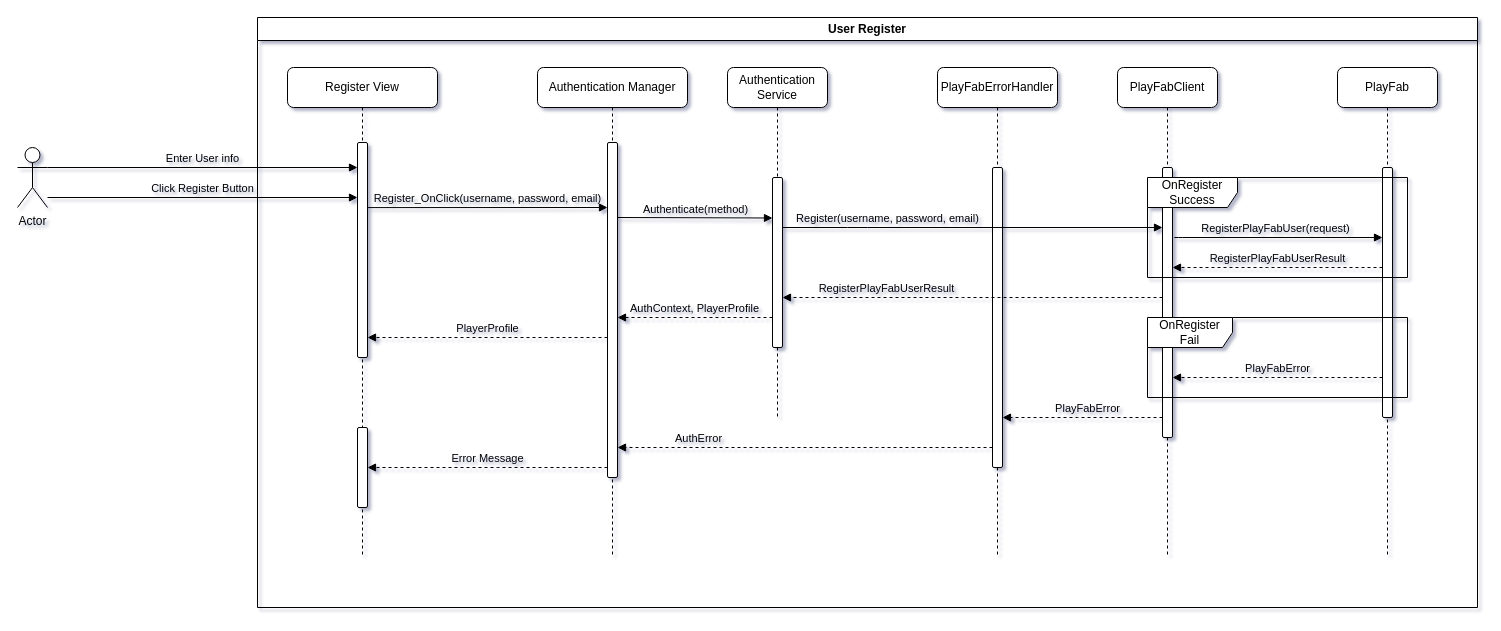
Before: page "Register" (1 of 3) of cosmic-shore-backend-services.drawio in froglet-studio/cosmic-shore-backend-diagrams, a draw.io diagram. Source tidied: cells renumbered, new cells numbered last; positions are measured from the earlier drawing's top-left corner, leaving out a move shared by most shapes. Both pictures are drawn from the tidied source at 100%, with x=0, y=0 at pixel (17, 17).
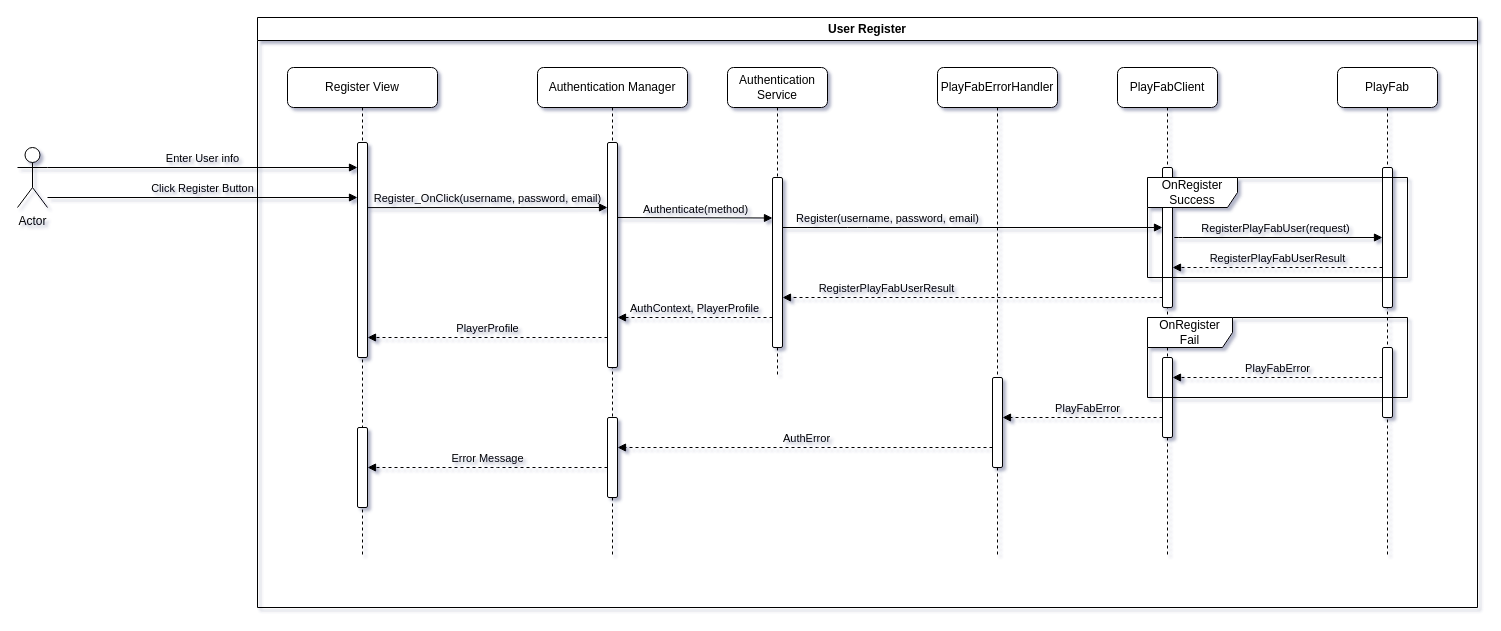
After the change.

Unchanged cells that the change refers to:
```xml
<mxCell id="4" value="User Register" style="swimlane;whiteSpace=wrap;html=1;" parent="1" vertex="1">
  <mxGeometry x="240" width="1220" height="590" as="geometry" />
</mxCell>
<mxCell id="10" value="Authentication Manager" style="shape=umlLifeline;perimeter=lifelinePerimeter;whiteSpace=wrap;html=1;newEdgeStyle={&quot;edgeStyle&quot;:&quot;elbowEdgeStyle&quot;,&quot;elbow&quot;:&quot;vertical&quot;,&quot;curved&quot;:0,&quot;rounded&quot;:0};labelBackgroundColor=none;rounded=1;glass=0;" parent="4" vertex="1">
  <mxGeometry x="280" y="50" width="150" height="490" as="geometry" />
</mxCell>
<mxCell id="15" value="PlayFabClient" style="shape=umlLifeline;perimeter=lifelinePerimeter;whiteSpace=wrap;html=1;newEdgeStyle={&quot;edgeStyle&quot;:&quot;elbowEdgeStyle&quot;,&quot;elbow&quot;:&quot;vertical&quot;,&quot;curved&quot;:0,&quot;rounded&quot;:0};labelBackgroundColor=none;rounded=1;" parent="4" vertex="1">
  <mxGeometry x="860" y="50" width="100" height="490" as="geometry" />
</mxCell>
<mxCell id="17" value="PlayFab" style="shape=umlLifeline;perimeter=lifelinePerimeter;whiteSpace=wrap;html=1;newEdgeStyle={&quot;edgeStyle&quot;:&quot;elbowEdgeStyle&quot;,&quot;elbow&quot;:&quot;vertical&quot;,&quot;curved&quot;:0,&quot;rounded&quot;:0};labelBackgroundColor=none;rounded=1;" parent="4" vertex="1">
  <mxGeometry x="1080" y="50" width="100" height="490" as="geometry" />
</mxCell>
<mxCell id="22" value="PlayFabErrorHandler" style="shape=umlLifeline;perimeter=lifelinePerimeter;whiteSpace=wrap;html=1;newEdgeStyle={&quot;edgeStyle&quot;:&quot;elbowEdgeStyle&quot;,&quot;elbow&quot;:&quot;vertical&quot;,&quot;curved&quot;:0,&quot;rounded&quot;:0};labelBackgroundColor=none;rounded=1;" parent="4" vertex="1">
  <mxGeometry x="680" y="50" width="120" height="490" as="geometry" />
</mxCell>
```

Change to the diagram source:
```diff
@@
-    <mxCell id="8" value="Error Message" style="html=1;verticalAlign=bottom;endArrow=block;edgeStyle=elbowEdgeStyle;elbow=vertical;curved=0;rounded=1;labelBackgroundColor=none;fontColor=default;dashed=1;" parent="4" edge="1" source="11">
+    <mxCell id="8" value="Error Message" style="html=1;verticalAlign=bottom;endArrow=block;edgeStyle=elbowEdgeStyle;elbow=vertical;curved=0;rounded=1;labelBackgroundColor=none;fontColor=default;dashed=1;" parent="4" edge="1" source="33">
       <mxGeometry relative="1" as="geometry">
         <mxPoint x="110" y="450" as="targetPoint" />
       </mxGeometry>
     </mxCell>
@@
     <mxCell id="11" style="html=1;points=[];perimeter=orthogonalPerimeter;outlineConnect=0;targetShapes=umlLifeline;portConstraint=eastwest;newEdgeStyle={&quot;edgeStyle&quot;:&quot;elbowEdgeStyle&quot;,&quot;elbow&quot;:&quot;vertical&quot;,&quot;curved&quot;:0,&quot;rounded&quot;:0};labelBackgroundColor=none;rounded=1;" parent="10" vertex="1">
-      <mxGeometry x="70" y="75" width="10" height="335" as="geometry" />
+      <mxGeometry x="70" y="75" width="10" height="225" as="geometry" />
     </mxCell>
+    <mxCell id="33" style="html=1;points=[];perimeter=orthogonalPerimeter;outlineConnect=0;targetShapes=umlLifeline;portConstraint=eastwest;newEdgeStyle={&quot;edgeStyle&quot;:&quot;elbowEdgeStyle&quot;,&quot;elbow&quot;:&quot;vertical&quot;,&quot;curved&quot;:0,&quot;rounded&quot;:0};labelBackgroundColor=none;rounded=1;" parent="10" vertex="1">
+      <mxGeometry x="70" y="350" width="10" height="80" as="geometry" />
+    </mxCell>
     <mxCell id="12" value="Authentication Service" style="shape=umlLifeline;perimeter=lifelinePerimeter;whiteSpace=wrap;html=1;newEdgeStyle={&quot;edgeStyle&quot;:&quot;elbowEdgeStyle&quot;,&quot;elbow&quot;:&quot;vertical&quot;,&quot;curved&quot;:0,&quot;rounded&quot;:0};labelBackgroundColor=none;rounded=1;" parent="4" vertex="1">
-      <mxGeometry x="470" y="50" width="100" height="350" as="geometry" />
+      <mxGeometry x="470" y="50" width="100" height="310" as="geometry" />
     </mxCell>
@@
     <mxCell id="16" style="html=1;points=[];perimeter=orthogonalPerimeter;outlineConnect=0;targetShapes=umlLifeline;portConstraint=eastwest;newEdgeStyle={&quot;edgeStyle&quot;:&quot;elbowEdgeStyle&quot;,&quot;elbow&quot;:&quot;vertical&quot;,&quot;curved&quot;:0,&quot;rounded&quot;:0};labelBackgroundColor=none;rounded=1;" parent="15" vertex="1">
-      <mxGeometry x="45" y="100" width="10" height="270" as="geometry" />
+      <mxGeometry x="45" y="100" width="10" height="140" as="geometry" />
     </mxCell>
+    <mxCell id="34" style="html=1;perimeter=orthogonalPerimeter;targetShapes=umlLifeline;newEdgeStyle={&quot;edgeStyle&quot;:&quot;elbowEdgeStyle&quot;,&quot;elbow&quot;:&quot;vertical&quot;,&quot;curved&quot;:0,&quot;rounded&quot;:0};labelBackgroundColor=none;rounded=1;" parent="15" vertex="1">
+      <mxGeometry x="45" y="290" width="10" height="80" as="geometry" />
+    </mxCell>
@@
     <mxCell id="18" style="html=1;points=[];perimeter=orthogonalPerimeter;outlineConnect=0;targetShapes=umlLifeline;portConstraint=eastwest;newEdgeStyle={&quot;edgeStyle&quot;:&quot;elbowEdgeStyle&quot;,&quot;elbow&quot;:&quot;vertical&quot;,&quot;curved&quot;:0,&quot;rounded&quot;:0};labelBackgroundColor=none;rounded=1;" parent="17" vertex="1">
-      <mxGeometry x="45" y="100" width="10" height="250" as="geometry" />
+      <mxGeometry x="45" y="100" width="10" height="140" as="geometry" />
     </mxCell>
+    <mxCell id="35" style="html=1;perimeter=orthogonalPerimeter;targetShapes=umlLifeline;newEdgeStyle={&quot;edgeStyle&quot;:&quot;elbowEdgeStyle&quot;,&quot;elbow&quot;:&quot;vertical&quot;,&quot;curved&quot;:0,&quot;rounded&quot;:0};labelBackgroundColor=none;rounded=1;" parent="17" vertex="1">
+      <mxGeometry x="45" y="280" width="10" height="70" as="geometry" />
+    </mxCell>
@@
     <mxCell id="23" style="html=1;points=[];perimeter=orthogonalPerimeter;outlineConnect=0;targetShapes=umlLifeline;portConstraint=eastwest;newEdgeStyle={&quot;edgeStyle&quot;:&quot;elbowEdgeStyle&quot;,&quot;elbow&quot;:&quot;vertical&quot;,&quot;curved&quot;:0,&quot;rounded&quot;:0};labelBackgroundColor=none;rounded=1;" parent="22" vertex="1">
-      <mxGeometry x="55" y="100" width="10" height="300" as="geometry" />
+      <mxGeometry x="55" y="310" width="10" height="90" as="geometry" />
     </mxCell>
@@
-    <mxCell id="26" value="AuthError" style="html=1;verticalAlign=bottom;endArrow=block;edgeStyle=elbowEdgeStyle;elbow=vertical;curved=0;rounded=1;labelBackgroundColor=none;fontColor=default;dashed=1;" parent="4" edge="1" source="23" target="11">
-      <mxGeometry x="0.57" relative="1" as="geometry">
+    <mxCell id="26" value="AuthError" style="html=1;verticalAlign=bottom;endArrow=block;edgeStyle=elbowEdgeStyle;elbow=vertical;curved=0;rounded=1;labelBackgroundColor=none;fontColor=default;dashed=1;" parent="4" edge="1" source="23" target="33">
+      <mxGeometry x="-0.01" relative="1" as="geometry">
         <Array as="points">
-          <mxPoint x="610" y="430" />
+          <mxPoint x="550" y="430" />
         </Array>
       </mxGeometry>
     </mxCell>
```
